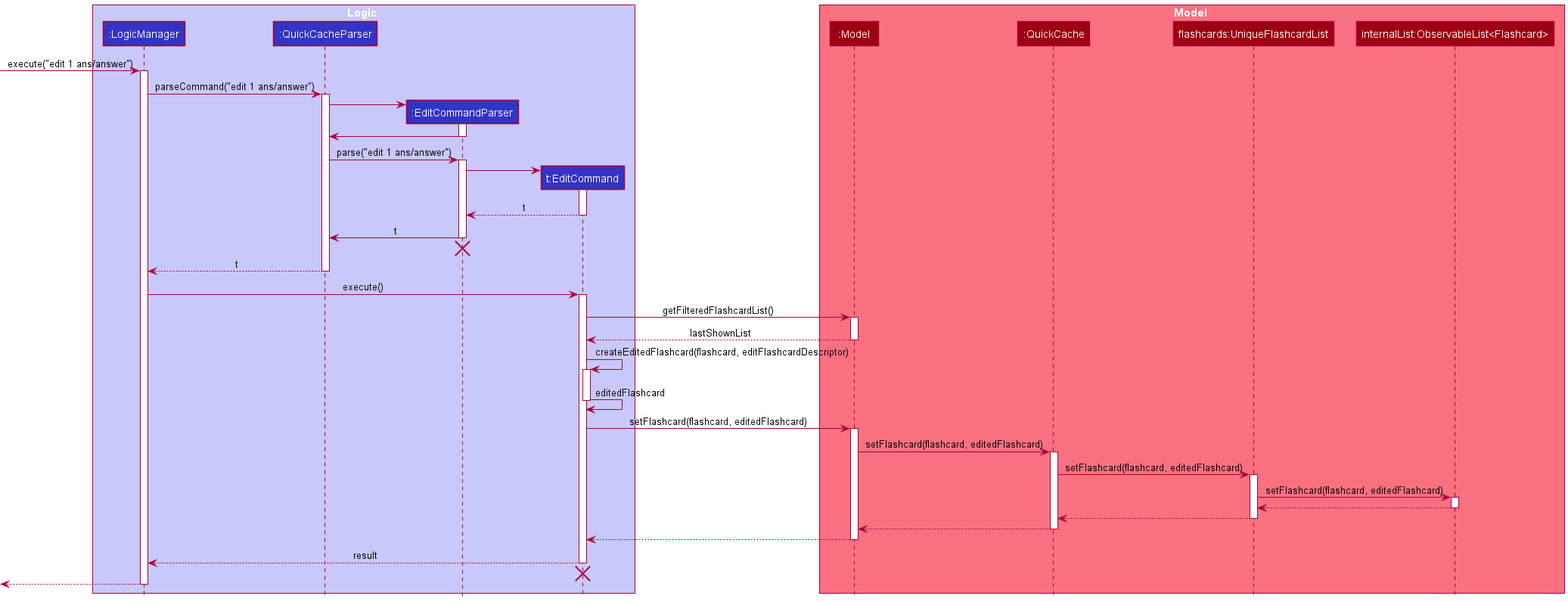
Above: docs/images/EditSequenceDiagram.png in nus-cs2103-AY2021S1/tp (PlantUML), before the change.
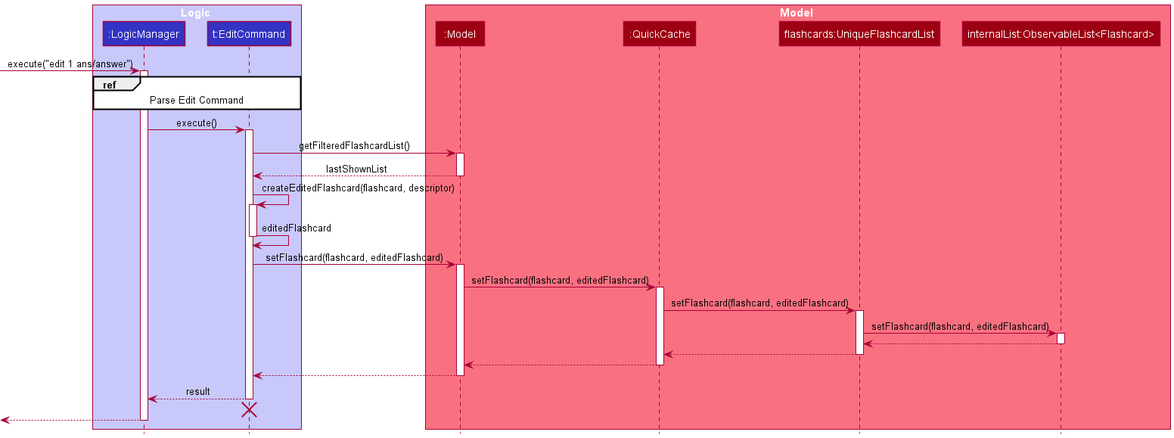
After the change.

Change to the diagram source:
```diff
@@ -3,8 +3,6 @@
 
 box Logic LOGIC_COLOR_T1
 participant ":LogicManager" as LogicManager LOGIC_COLOR
-participant ":QuickCacheParser" as QuickCacheParser LOGIC_COLOR
-participant ":EditCommandParser" as EditCommandParser LOGIC_COLOR
 participant "t:EditCommand" as EditCommand LOGIC_COLOR
 end box
 
@@ -14,37 +12,11 @@
 participant "flashcards:UniqueFlashcardList" as Flashcards MODEL_COLOR
 participant "internalList:ObservableList<Flashcard>" as ObservableList MODEL_COLOR
 end box
+
 [-> LogicManager : execute("edit 1 ans/answer")
 activate LogicManager
 
-LogicManager -> QuickCacheParser : parseCommand("edit 1 ans/answer")
-activate QuickCacheParser
-
-create EditCommandParser
-QuickCacheParser -> EditCommandParser
-activate EditCommandParser
-
-EditCommandParser -> QuickCacheParser
-deactivate EditCommandParser
-
-QuickCacheParser -> EditCommandParser : parse("edit 1 ans/answer")
-activate EditCommandParser
-
-create EditCommand
-EditCommandParser -> EditCommand
-activate EditCommand
-
-EditCommand --> EditCommandParser : t
-deactivate EditCommand
-
-EditCommandParser -> QuickCacheParser : t
-deactivate EditCommandParser
-
-EditCommandParser -[hidden]-> QuickCacheParser
-destroy EditCommandParser
-
-QuickCacheParser --> LogicManager : t
-deactivate QuickCacheParser
+ref over LogicManager, EditCommand : Parse Edit Command
 
 LogicManager -> EditCommand : execute()
 activate EditCommand
@@ -55,7 +27,7 @@
 Model --> EditCommand : lastShownList
 deactivate Model
 
-EditCommand ->EditCommand : createEditedFlashcard(flashcard, editFlashcardDescriptor)
+EditCommand ->EditCommand : createEditedFlashcard(flashcard, descriptor)
 activate EditCommand
 
 EditCommand ->EditCommand : editedFlashcard
```
